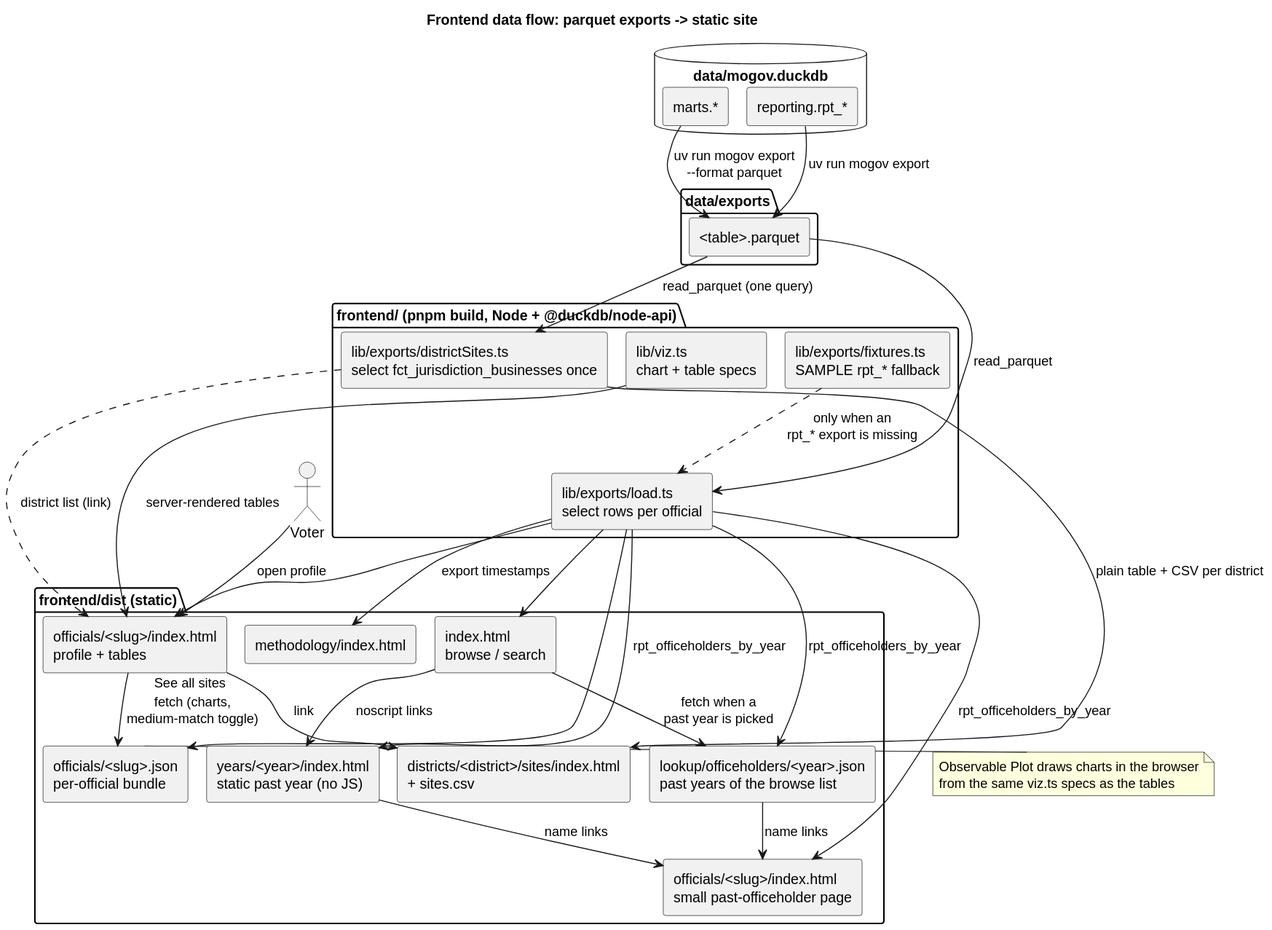
akettmann/missouri_gov_feed keeps this PlantUML diagram as docs/diagrams/frontend_data_flow.svg. Above is the earlier version. Its source is kept beside it as docs/diagrams/frontend_data_flow.puml.
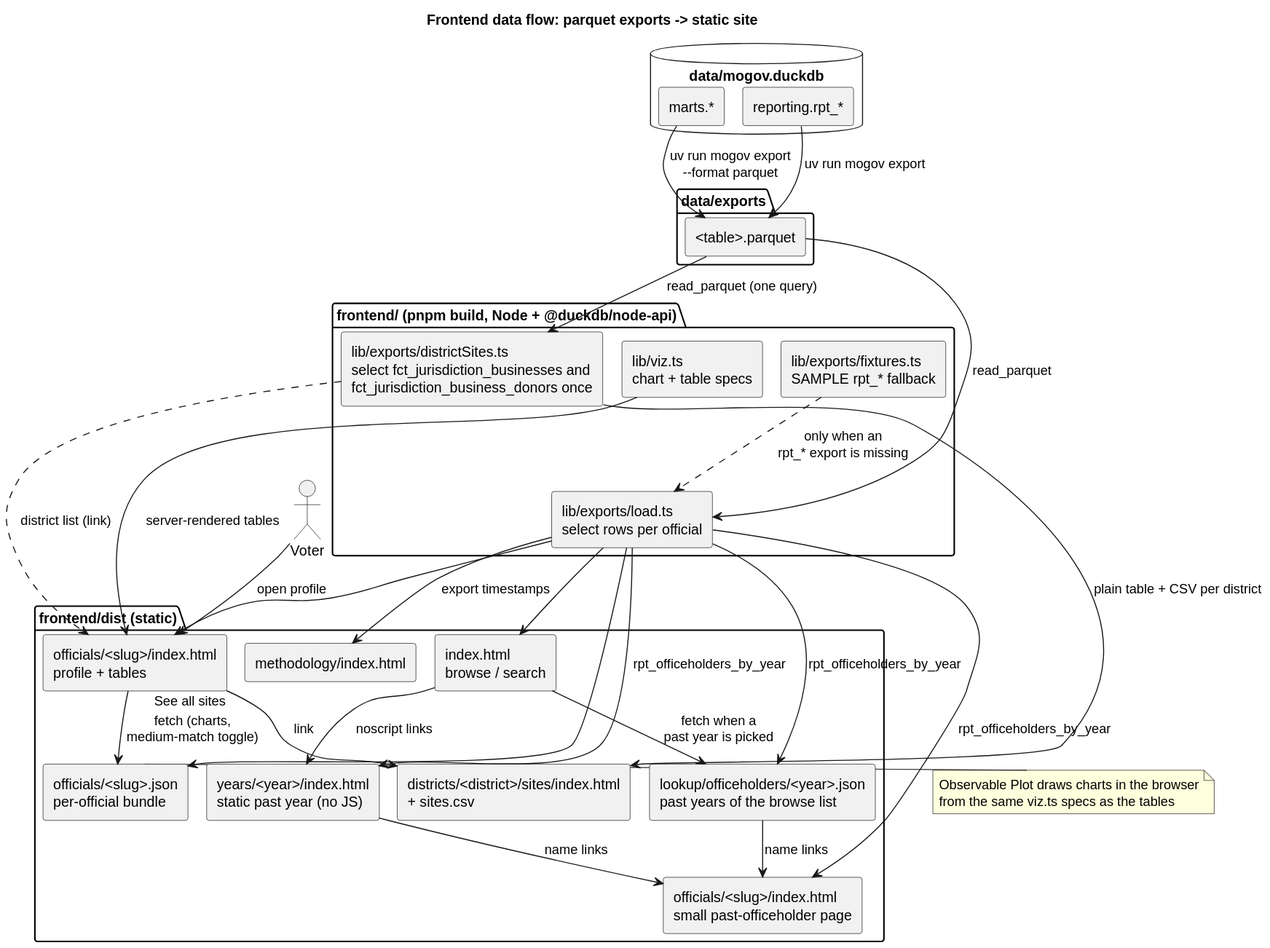
After the commit.

What changed in the source:
```diff
@@ -14,7 +14,7 @@
 package "frontend/ (pnpm build, Node + @duckdb/node-api)" {
   [lib/exports/load.ts\nselect rows per official] as load
   [lib/exports/fixtures.ts\nSAMPLE rpt_* fallback] as fixtures
-  [lib/exports/districtSites.ts\nselect fct_jurisdiction_businesses once] as dsites
+  [lib/exports/districtSites.ts\nselect fct_jurisdiction_businesses and\nfct_jurisdiction_business_donors once] as dsites
   [lib/viz.ts\nchart + table specs] as viz
 }
 
```
